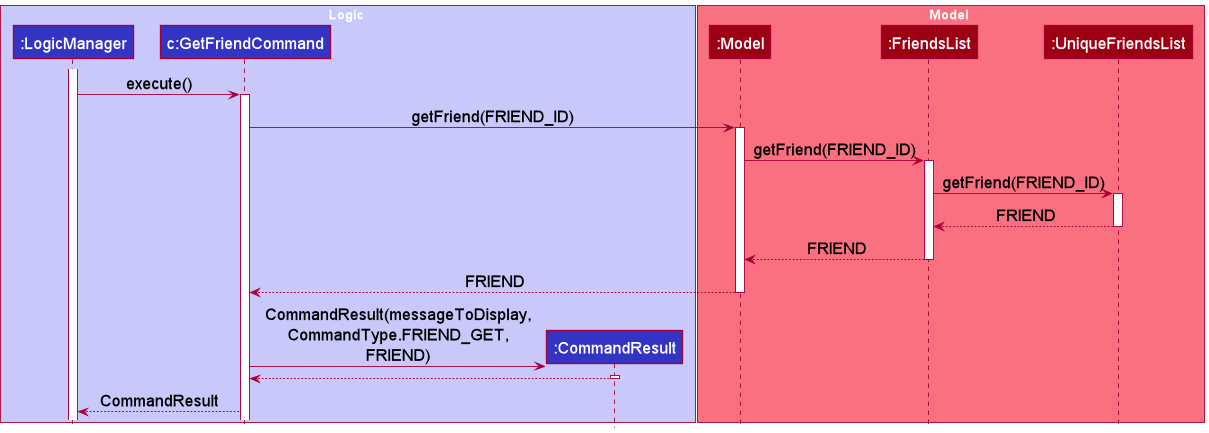
This is docs/images/GetSequenceDiagram.png from nus-cs2103-AY2122S1/tp, a PlantUML export, as it was before one commit. Its diagram source:
```plantuml
@startuml
!include style.puml
skinparam defaultFontSize 18
skinparam maxMessageSize 10

box Logic LOGIC_COLOR_T1

participant ":LogicManager" as LogicManager LOGIC_COLOR
participant "c:GetFriendCommand" as GetFriendCommand LOGIC_COLOR
participant ":CommandResult" as CommandResult LOGIC_COLOR
end box

box Model MODEL_COLOR_T1
participant ":Model" as Model MODEL_COLOR
participant ":FriendsList" as FriendsList MODEL_COLOR
participant ":UniqueFriendsList" as UniqueFriendsList MODEL_COLOR

end box

activate LogicManager

LogicManager -> GetFriendCommand : execute()
activate GetFriendCommand

GetFriendCommand -> Model : getFriend(FRIEND_ID)
activate Model

Model -> FriendsList: getFriend(FRIEND_ID)
activate FriendsList

FriendsList -> UniqueFriendsList : getFriend(FRIEND_ID)
activate UniqueFriendsList

UniqueFriendsList --> FriendsList : FRIEND
deactivate UniqueFriendsList

FriendsList  --> Model : FRIEND
deactivate FriendsList

Model --> GetFriendCommand : FRIEND
deactivate Model

create CommandResult
GetFriendCommand -> CommandResult : CommandResult(messageToDisplay, CommandType.FRIEND_GET, FRIEND)
activate CommandResult

CommandResult --> GetFriendCommand
deactivate CommandResult

GetFriendCommand --> LogicManager : CommandResult

@enduml
```
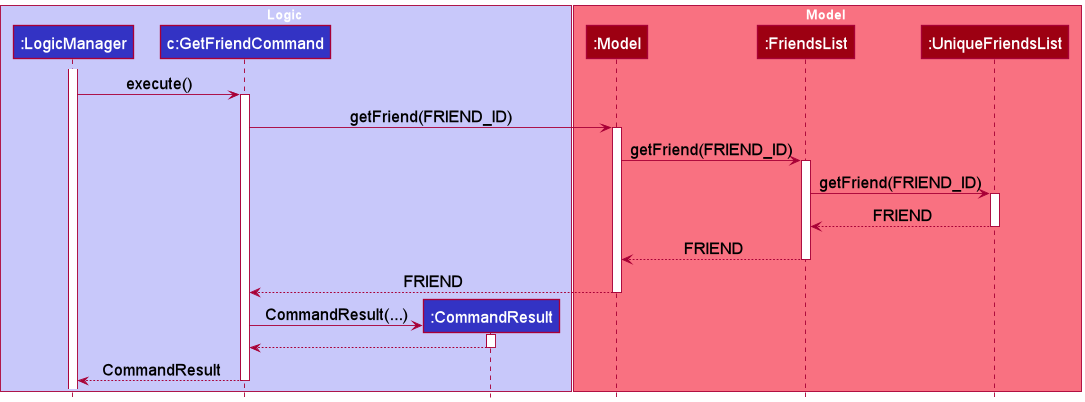
After the commit.

Commit message:
Update Model in DG, get sequence diagram

Change to the diagram source:
```diff
@@ -1,7 +1,6 @@
 @startuml
 !include style.puml
 skinparam defaultFontSize 18
-skinparam maxMessageSize 10
 
 box Logic LOGIC_COLOR_T1
 
@@ -41,12 +40,13 @@
 deactivate Model
 
 create CommandResult
-GetFriendCommand -> CommandResult : CommandResult(messageToDisplay, CommandType.FRIEND_GET, FRIEND)
+GetFriendCommand -> CommandResult : CommandResult(...)
 activate CommandResult
 
 CommandResult --> GetFriendCommand
 deactivate CommandResult
 
 GetFriendCommand --> LogicManager : CommandResult
+deactivate GetFriendCommand
 
 @enduml
```
